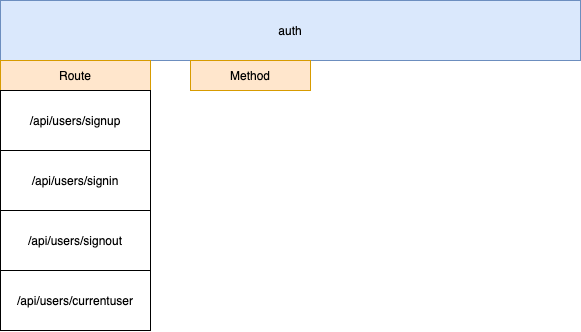
Above: ticketing.png in aidenhsy/ticketing (draw.io), before the change. Source tidied: cells renumbered, new cells last; positions are measured from the earlier drawing's top-left corner, leaving out a move shared by most shapes. Source of this version:
```xml
<mxGraphModel>
  <root>
    <mxCell id="0" />
    <mxCell id="1" parent="0" />
    <mxCell id="2" value="auth" style="rounded=0;whiteSpace=wrap;html=1;fillColor=#dae8fc;strokeColor=#6c8ebf;" parent="1" vertex="1">
      <mxGeometry width="580" height="60" as="geometry" />
    </mxCell>
    <mxCell id="3" value="Route" style="rounded=0;whiteSpace=wrap;html=1;fillColor=#ffe6cc;strokeColor=#d79b00;" parent="1" vertex="1">
      <mxGeometry y="60" width="150" height="30" as="geometry" />
    </mxCell>
    <mxCell id="4" value="/api/users/signup" style="rounded=0;whiteSpace=wrap;html=1;" parent="1" vertex="1">
      <mxGeometry y="90" width="150" height="60" as="geometry" />
    </mxCell>
    <mxCell id="5" value="/api/users/signin" style="rounded=0;whiteSpace=wrap;html=1;" parent="1" vertex="1">
      <mxGeometry y="150" width="150" height="60" as="geometry" />
    </mxCell>
    <mxCell id="6" value="/api/users/signout" style="rounded=0;whiteSpace=wrap;html=1;" parent="1" vertex="1">
      <mxGeometry y="210" width="150" height="60" as="geometry" />
    </mxCell>
    <mxCell id="7" value="/api/users/currentuser" style="rounded=0;whiteSpace=wrap;html=1;" parent="1" vertex="1">
      <mxGeometry y="270" width="150" height="60" as="geometry" />
    </mxCell>
    <mxCell id="8" value="Method" style="rounded=0;whiteSpace=wrap;html=1;fillColor=#ffe6cc;strokeColor=#d79b00;" parent="1" vertex="1">
      <mxGeometry x="190" y="60" width="120" height="30" as="geometry" />
    </mxCell>
  </root>
</mxGraphModel>
```
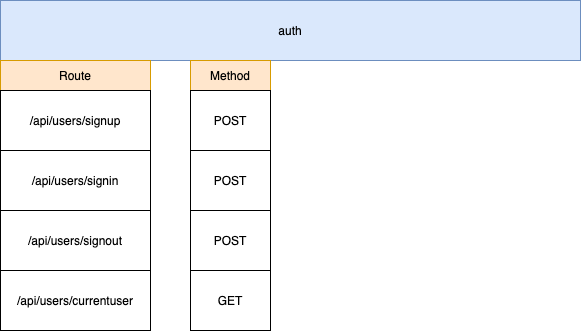
After the change.

The edit, as a diff of the source:
```diff
@@ -21,7 +21,19 @@
       <mxGeometry y="270" width="150" height="60" as="geometry" />
     </mxCell>
     <mxCell id="8" value="Method" style="rounded=0;whiteSpace=wrap;html=1;fillColor=#ffe6cc;strokeColor=#d79b00;" parent="1" vertex="1">
-      <mxGeometry x="190" y="60" width="120" height="30" as="geometry" />
+      <mxGeometry x="190" y="60" width="80" height="30" as="geometry" />
     </mxCell>
+    <mxCell id="9" value="POST" style="rounded=0;whiteSpace=wrap;html=1;" parent="1" vertex="1">
+      <mxGeometry x="190" y="90" width="80" height="60" as="geometry" />
+    </mxCell>
+    <mxCell id="10" value="POST" style="rounded=0;whiteSpace=wrap;html=1;" parent="1" vertex="1">
+      <mxGeometry x="190" y="150" width="80" height="60" as="geometry" />
+    </mxCell>
+    <mxCell id="11" value="POST" style="rounded=0;whiteSpace=wrap;html=1;" parent="1" vertex="1">
+      <mxGeometry x="190" y="210" width="80" height="60" as="geometry" />
+    </mxCell>
+    <mxCell id="12" value="GET" style="rounded=0;whiteSpace=wrap;html=1;" parent="1" vertex="1">
+      <mxGeometry x="190" y="270" width="80" height="60" as="geometry" />
+    </mxCell>
   </root>
 </mxGraphModel>
```
